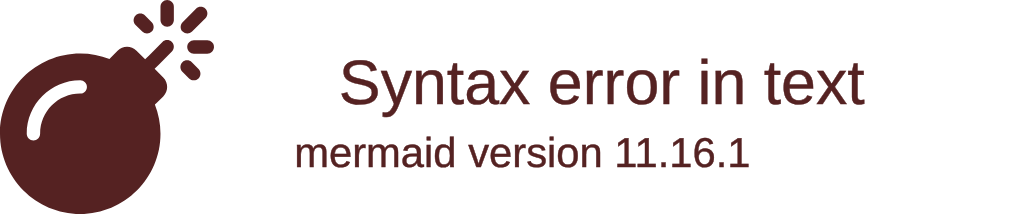
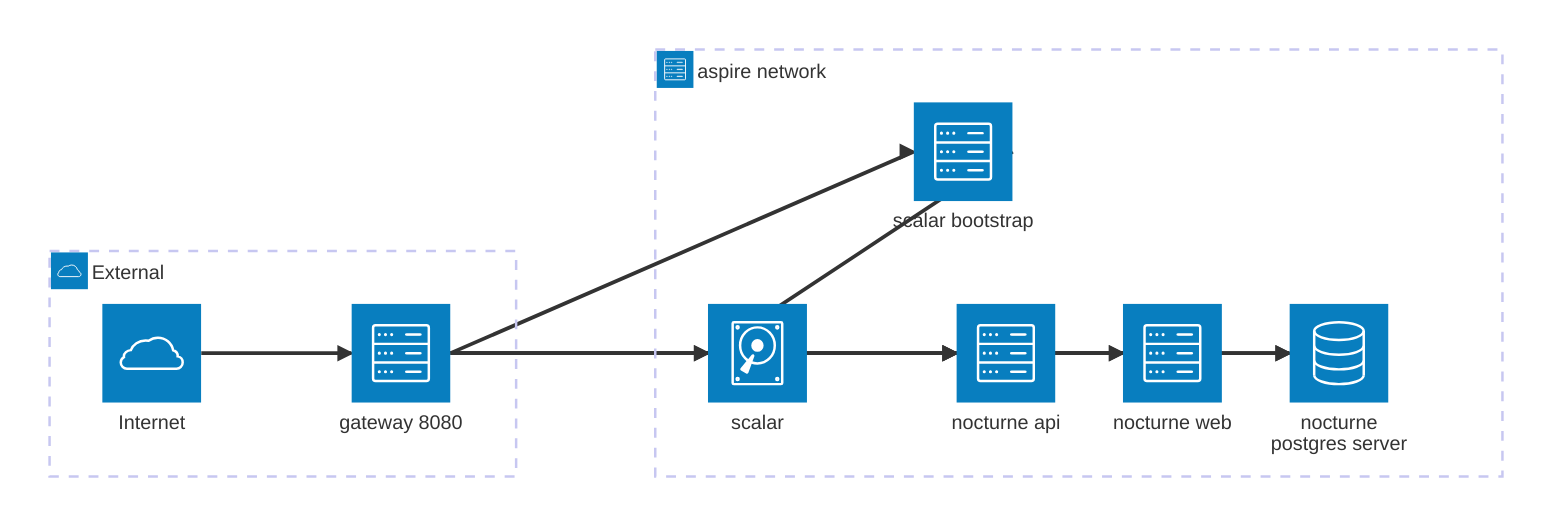
architecture-beta
    group external(cloud)[External]
    group internal(server)[aspire network]

    service internet(cloud)[Internet] in external
-     service nocturne_postgres_server(database)[nocturne-postgres-server] in internal
-     service nocturne_api(server)[nocturne-api] in internal
-     service nocturne_web(server)[nocturne-web] in internal
+     service nocturne_postgres_server(database)[nocturne postgres server] in internal
+     service nocturne_api(server)[nocturne api] in internal
+     service nocturne_web(server)[nocturne web] in internal
    service scalar(disk)[scalar] in internal
-     service scalar_bootstrap(server)[scalar-bootstrap] in internal
-     service gateway(server)[gateway :8080] in external
+     service scalar_bootstrap(server)[scalar bootstrap] in internal
+     service gateway(server)[gateway 8080] in external

    internet:R --> L:gateway
    nocturne_api:R --> L:nocturne_postgres_server
    nocturne_api:R --> L:nocturne_web
    nocturne_web:R --> L:nocturne_api
    nocturne_web:R --> L:nocturne_postgres_server
    scalar:R --> L:nocturne_api
    scalar_bootstrap:R --> L:scalar
    gateway:R --> L:nocturne_api
    gateway:R --> L:nocturne_web
    gateway:R --> L:scalar_bootstrap
    gateway:R --> L:scalar